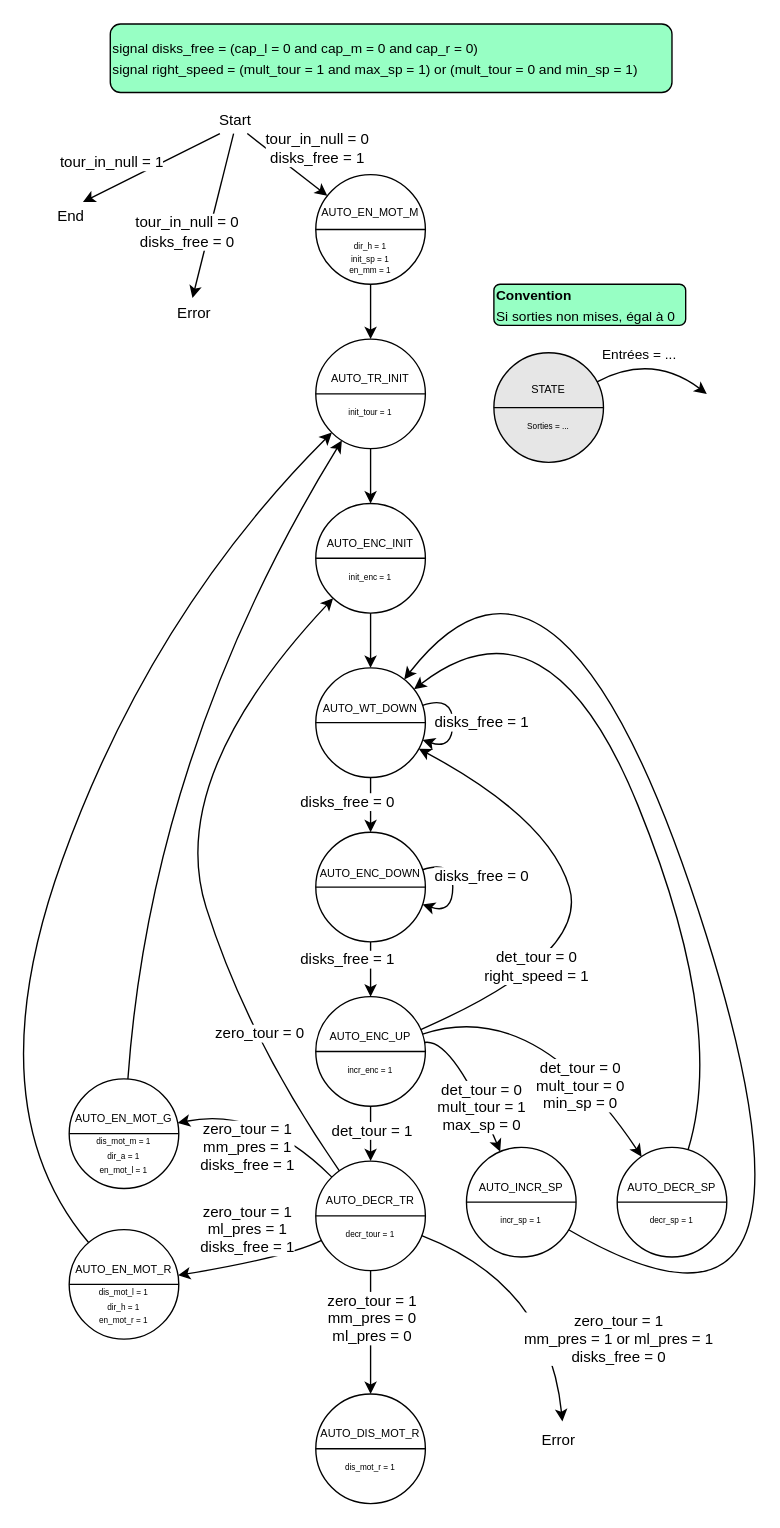
Schokiiiiiiii/csn26 keeps this draw.io diagram as doc/diags/state_auto_sequence.drawio. Above is the earlier version. Source tidied: cells renumbered, new cells numbered last; positions are measured from the earlier drawing's top-left corner, leaving out a move shared by most shapes. Both pictures are drawn from the tidied source at 137%, with x=0, y=0 at pixel (-27, 23).
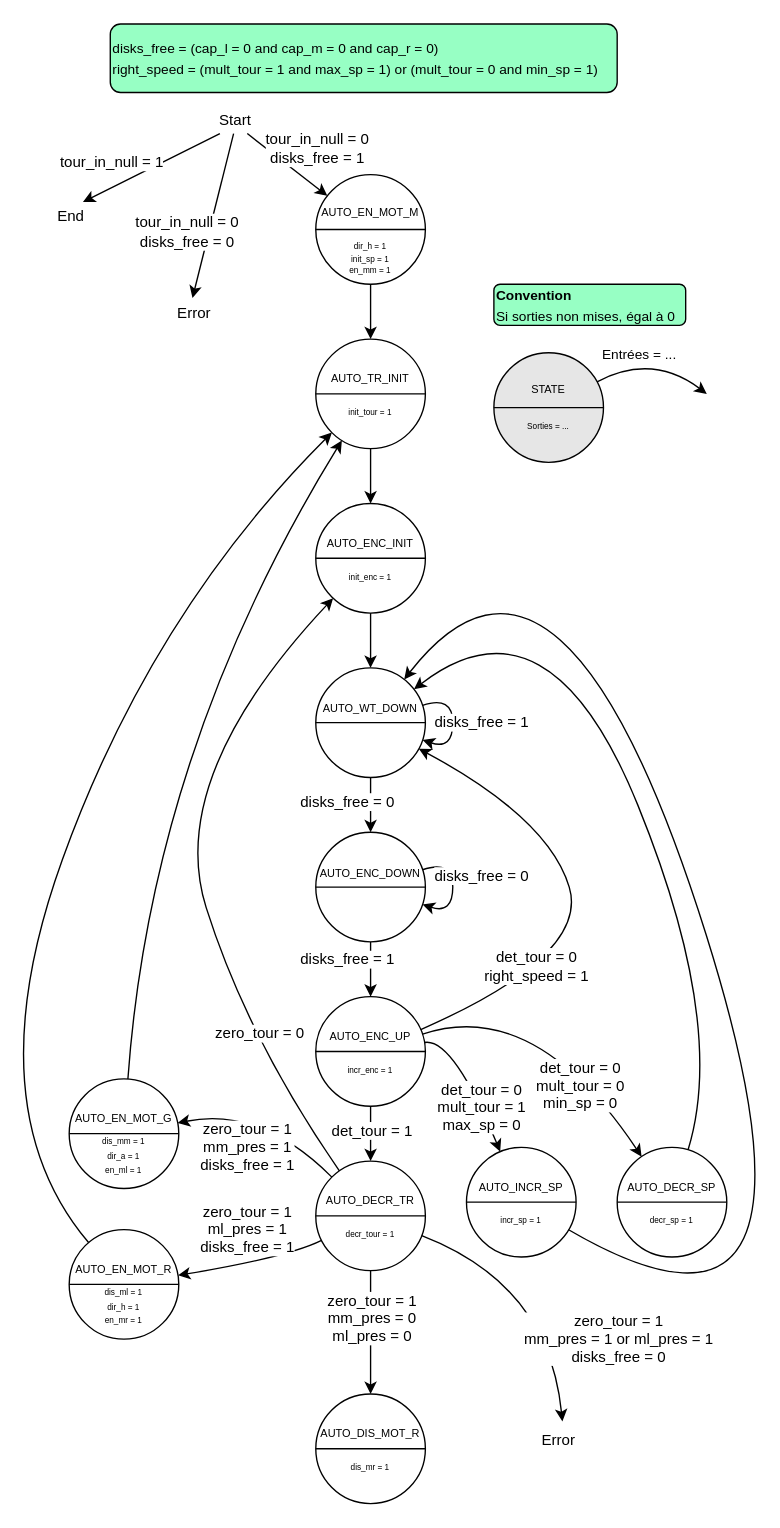
The same page after the edit.

What changed in the source:
```diff
@@
-    <mxCell id="6" value="&lt;font style=&quot;font-size: 10px;&quot;&gt;signal disks_free =&amp;nbsp;&lt;span style=&quot;background-color: transparent; color: light-dark(rgb(0, 0, 0), rgb(255, 255, 255));&quot;&gt;(cap_l = 0 and cap_m = 0 and cap_r = 0)&lt;br&gt;&lt;/span&gt;&lt;/font&gt;&lt;div&gt;&lt;font style=&quot;font-size: 10px;&quot;&gt;&lt;font style=&quot;&quot;&gt;&lt;span style=&quot;background-color: transparent; color: light-dark(rgb(0, 0, 0), rgb(255, 255, 255));&quot;&gt;signal right_speed = (&lt;/span&gt;&lt;/font&gt;&lt;span style=&quot;text-align: center; text-wrap-mode: nowrap; background-color: transparent; color: light-dark(rgb(0, 0, 0), rgb(255, 255, 255));&quot;&gt;mult_tour = 1 and max_sp = 1)&amp;nbsp;&lt;/span&gt;&lt;span style=&quot;text-align: center; text-wrap-mode: nowrap; color: light-dark(rgb(0, 0, 0), rgb(255, 255, 255));&quot;&gt;or (mult_tour = 0 and min_sp = 1)&lt;/span&gt;&lt;/font&gt;&lt;/div&gt;" style="rounded=1;whiteSpace=wrap;html=1;align=left;fillColor=#97FFC4;" parent="1" vertex="1">
-      <mxGeometry x="100" width="410" height="50" as="geometry" />
+    <mxCell id="6" value="&lt;font style=&quot;font-size: 10px;&quot;&gt;disks_free =&amp;nbsp;&lt;span style=&quot;background-color: transparent; color: light-dark(rgb(0, 0, 0), rgb(255, 255, 255));&quot;&gt;(cap_l = 0 and cap_m = 0 and cap_r = 0)&lt;br&gt;&lt;/span&gt;&lt;/font&gt;&lt;div&gt;&lt;font style=&quot;font-size: 10px;&quot;&gt;&lt;font style=&quot;&quot;&gt;&lt;span style=&quot;background-color: transparent; color: light-dark(rgb(0, 0, 0), rgb(255, 255, 255));&quot;&gt;right_speed = (&lt;/span&gt;&lt;/font&gt;&lt;span style=&quot;text-align: center; text-wrap-mode: nowrap; background-color: transparent; color: light-dark(rgb(0, 0, 0), rgb(255, 255, 255));&quot;&gt;mult_tour = 1 and max_sp = 1)&amp;nbsp;&lt;/span&gt;&lt;span style=&quot;text-align: center; text-wrap-mode: nowrap; color: light-dark(rgb(0, 0, 0), rgb(255, 255, 255));&quot;&gt;or (mult_tour = 0 and min_sp = 1)&lt;/span&gt;&lt;/font&gt;&lt;/div&gt;" style="rounded=1;whiteSpace=wrap;html=1;align=left;fillColor=#97FFC4;" parent="1" vertex="1">
+      <mxGeometry x="100" width="370" height="50" as="geometry" />
     </mxCell>
@@
-    <mxCell id="33" value="&lt;div style=&quot;line-height: 90%;&quot;&gt;&lt;span style=&quot;font-size: 8px;&quot;&gt;AUTO_DIS_MOT_R&lt;/span&gt;&lt;/div&gt;&lt;div style=&quot;line-height: 90%;&quot;&gt;&lt;span style=&quot;font-size: 8px; background-color: transparent; color: light-dark(rgb(0, 0, 0), rgb(255, 255, 255));&quot;&gt;&lt;br&gt;&lt;/span&gt;&lt;/div&gt;&lt;div style=&quot;line-height: 70%;&quot;&gt;&lt;span style=&quot;font-size: 6px;&quot;&gt;dis_mot_r = 1&lt;/span&gt;&lt;/div&gt;" style="ellipse;whiteSpace=wrap;html=1;" parent="1" vertex="1">
+    <mxCell id="33" value="&lt;div style=&quot;line-height: 90%;&quot;&gt;&lt;span style=&quot;font-size: 8px;&quot;&gt;AUTO_DIS_MOT_R&lt;/span&gt;&lt;/div&gt;&lt;div style=&quot;line-height: 90%;&quot;&gt;&lt;span style=&quot;font-size: 8px; background-color: transparent; color: light-dark(rgb(0, 0, 0), rgb(255, 255, 255));&quot;&gt;&lt;br&gt;&lt;/span&gt;&lt;/div&gt;&lt;div style=&quot;line-height: 70%;&quot;&gt;&lt;span style=&quot;font-size: 6px;&quot;&gt;dis_mr = 1&lt;/span&gt;&lt;/div&gt;" style="ellipse;whiteSpace=wrap;html=1;" parent="1" vertex="1">
       <mxGeometry x="250" y="1000" width="80" height="80" as="geometry" />
     </mxCell>
@@
-    <mxCell id="35" value="&lt;div style=&quot;line-height: 90%;&quot;&gt;&lt;br&gt;&lt;/div&gt;&lt;div style=&quot;line-height: 90%;&quot;&gt;&lt;div style=&quot;line-height: 10.8px;&quot;&gt;&lt;span style=&quot;font-size: 8px; line-height: 20px;&quot;&gt;AUTO_EN_MOT_R&lt;/span&gt;&lt;/div&gt;&lt;div style=&quot;line-height: 8.4px;&quot;&gt;&lt;span style=&quot;font-size: 6px;&quot;&gt;dis_mot_l = 1&lt;/span&gt;&lt;/div&gt;&lt;div style=&quot;line-height: 8.4px;&quot;&gt;&lt;span style=&quot;font-size: 6px;&quot;&gt;dir_h = 1&lt;/span&gt;&lt;/div&gt;&lt;div style=&quot;line-height: 8.4px;&quot;&gt;&lt;span style=&quot;font-size: 6px;&quot;&gt;en_mot_r = 1&lt;/span&gt;&lt;/div&gt;&lt;/div&gt;" style="ellipse;whiteSpace=wrap;html=1;" parent="1" vertex="1">
+    <mxCell id="35" value="&lt;div style=&quot;line-height: 90%;&quot;&gt;&lt;br&gt;&lt;/div&gt;&lt;div style=&quot;line-height: 90%;&quot;&gt;&lt;div style=&quot;line-height: 10.8px;&quot;&gt;&lt;span style=&quot;font-size: 8px; line-height: 20px;&quot;&gt;AUTO_EN_MOT_R&lt;/span&gt;&lt;/div&gt;&lt;div style=&quot;line-height: 8.4px;&quot;&gt;&lt;span style=&quot;font-size: 6px;&quot;&gt;dis_ml = 1&lt;/span&gt;&lt;/div&gt;&lt;div style=&quot;line-height: 8.4px;&quot;&gt;&lt;span style=&quot;font-size: 6px;&quot;&gt;dir_h = 1&lt;/span&gt;&lt;/div&gt;&lt;div style=&quot;line-height: 8.4px;&quot;&gt;&lt;span style=&quot;font-size: 6px;&quot;&gt;en_mr = 1&lt;/span&gt;&lt;/div&gt;&lt;/div&gt;" style="ellipse;whiteSpace=wrap;html=1;" parent="1" vertex="1">
       <mxGeometry x="70" y="880" width="80" height="80" as="geometry" />
     </mxCell>
@@
-    <mxCell id="37" value="&lt;div style=&quot;line-height: 90%;&quot;&gt;&lt;br&gt;&lt;/div&gt;&lt;div style=&quot;line-height: 90%;&quot;&gt;&lt;span style=&quot;font-size: 8px; line-height: 250%;&quot;&gt;AUTO_EN_MOT_G&lt;/span&gt;&lt;/div&gt;&lt;div style=&quot;line-height: 70%;&quot;&gt;&lt;span style=&quot;font-size: 6px;&quot;&gt;dis_mot_m = 1&lt;/span&gt;&lt;/div&gt;&lt;div style=&quot;line-height: 70%;&quot;&gt;&lt;span style=&quot;font-size: 6px;&quot;&gt;dir_a = 1&lt;/span&gt;&lt;/div&gt;&lt;div style=&quot;line-height: 70%;&quot;&gt;&lt;span style=&quot;font-size: 6px;&quot;&gt;en_mot_l = 1&lt;/span&gt;&lt;/div&gt;" style="ellipse;whiteSpace=wrap;html=1;" parent="1" vertex="1">
+    <mxCell id="37" value="&lt;div style=&quot;line-height: 90%;&quot;&gt;&lt;br&gt;&lt;/div&gt;&lt;div style=&quot;line-height: 90%;&quot;&gt;&lt;span style=&quot;font-size: 8px; line-height: 250%;&quot;&gt;AUTO_EN_MOT_G&lt;/span&gt;&lt;/div&gt;&lt;div style=&quot;line-height: 70%;&quot;&gt;&lt;span style=&quot;font-size: 6px;&quot;&gt;dis_mm = 1&lt;/span&gt;&lt;/div&gt;&lt;div style=&quot;line-height: 70%;&quot;&gt;&lt;span style=&quot;font-size: 6px;&quot;&gt;dir_a = 1&lt;/span&gt;&lt;/div&gt;&lt;div style=&quot;line-height: 70%;&quot;&gt;&lt;span style=&quot;font-size: 6px;&quot;&gt;en_ml = 1&lt;/span&gt;&lt;/div&gt;" style="ellipse;whiteSpace=wrap;html=1;" parent="1" vertex="1">
       <mxGeometry x="70" y="770" width="80" height="80" as="geometry" />
     </mxCell>
```
